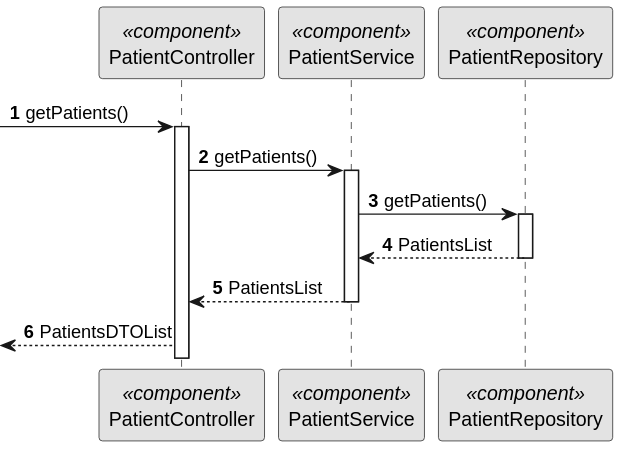
The PlantUML diagram docs/BackofficeModule/5.1.11/sequence-diagram-3.svg in Ana-Miguel-Silva/SurgicalAppointmentAndResourceManagement, before a commit.
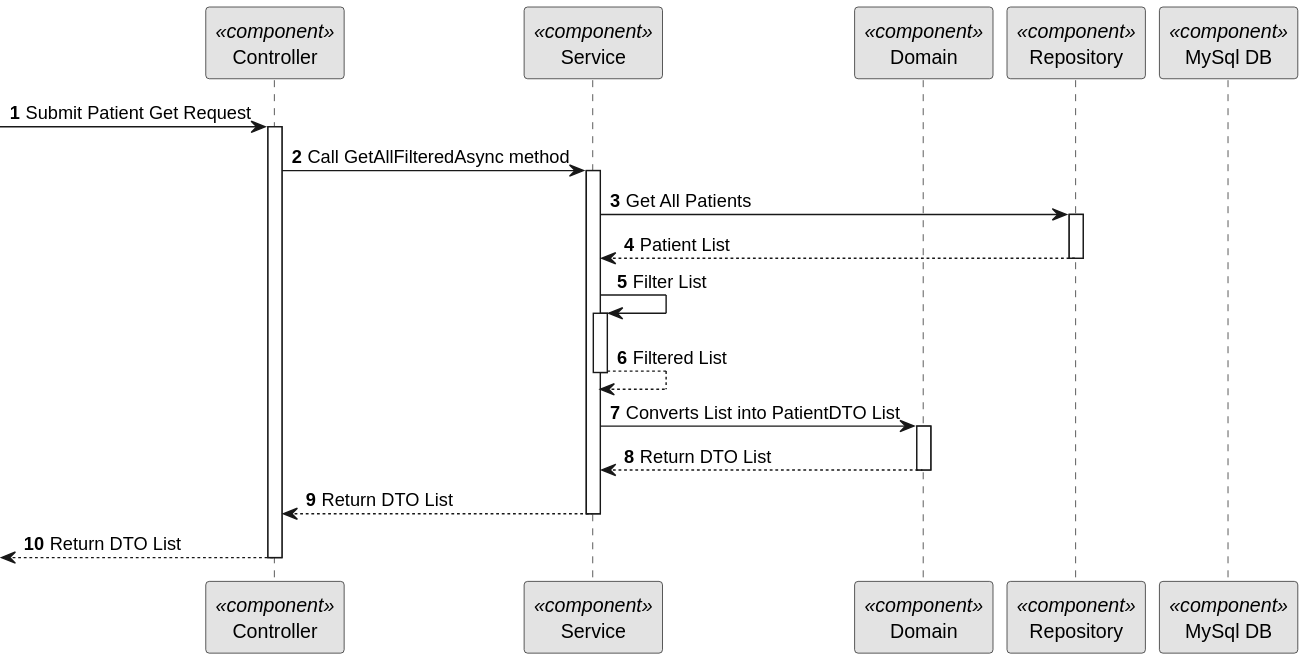
The same diagram one commit later.

Diff of the diagram source:
```diff
@@ -5,19 +5,39 @@
 
 autonumber
 
-participant "PatientController" as CTRL <<component>>
-participant "PatientService" as SERV <<component>>
-participant "PatientRepository" as REPO <<component>>
+participant "Controller" as CTRL <<component>>
+participant "Service" as SERV <<component>>
+participant "Domain" as DOM <<component>>
+participant "Repository" as REPO <<component>>
+participant "MySql DB" as BDD <<component>>
 
- -> CTRL: getPatients()
+-> CTRL: Submit Patient Get Request
 activate CTRL
-CTRL -> SERV: getPatients()
+
+CTRL -> SERV: Call GetAllFilteredAsync method
 activate SERV
-SERV -> REPO: getPatients()
+
+SERV -> REPO: Get All Patients
 activate REPO
-REPO --> SERV: PatientsList
+
+REPO --> SERV: Patient List
 deactivate REPO
-SERV --> CTRL: PatientsList
+
+SERV -> SERV: Filter List
+activate SERV
+
+SERV --> SERV: Filtered List
 deactivate SERV
-<-- CTRL  : PatientsDTOList
+
+SERV -> DOM : Converts List into PatientDTO List
+activate DOM
+
+DOM --> SERV : Return DTO List
+deactivate DOM
+
+SERV --> CTRL : Return DTO List
+deactivate SERV
+
+<-- CTRL  : Return DTO List
+deactivate CTRL
 @enduml
```
